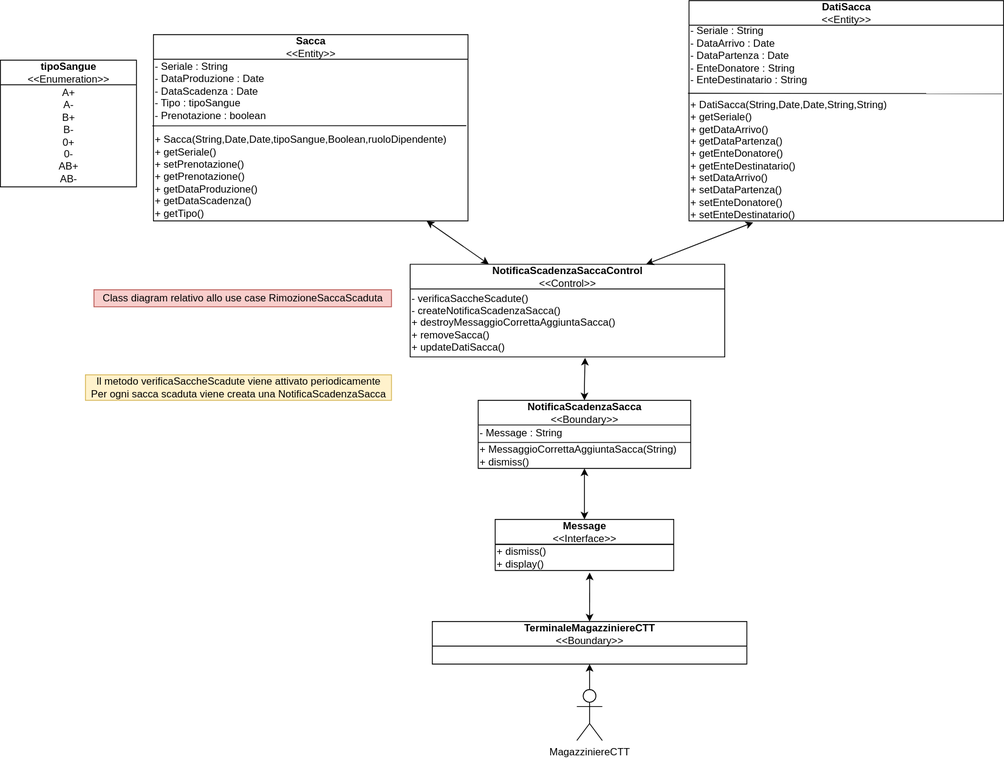
Above: System Definition/Editabili/Class diagrams/.svg/EliminazioneSaccaScaduta.svg in MarcoRuta/Sistema-gestione-CCS-CTT-UnaRegione (draw.io), before the change. Source tidied: cells renumbered, new cells last; positions are measured from the earlier drawing's top-left corner, leaving out a move shared by most shapes.
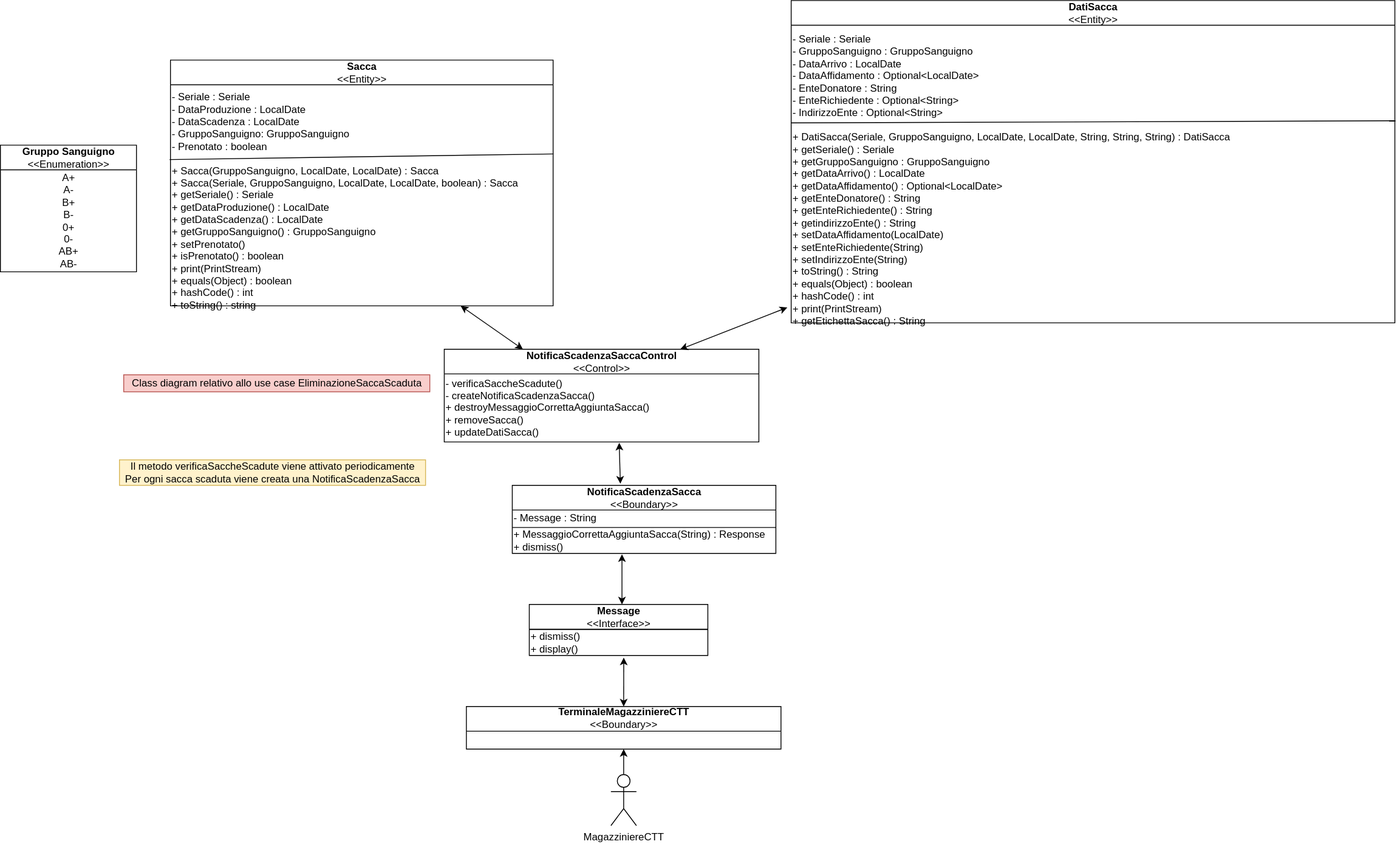
Above is the later version.

Change to the diagram source:
```diff
@@ -2,26 +2,16 @@
   <root>
     <mxCell id="0" />
     <mxCell id="1" parent="0" />
-    <mxCell id="2" value="Sacca&lt;br&gt;&lt;span style=&quot;font-weight: 400&quot;&gt;&amp;lt;&amp;lt;Entity&amp;gt;&amp;gt;&lt;/span&gt;" style="swimlane;fontStyle=1;align=center;verticalAlign=middle;horizontal=1;startSize=29;html=1;" parent="1" vertex="1">
-      <mxGeometry x="180" y="40" width="370" height="219" as="geometry" />
-    </mxCell>
-    <mxCell id="3" value="- Seriale : String&lt;br&gt;- DataProduzione : Date&lt;br&gt;- DataScadenza : Date&lt;br&gt;- Tipo : tipoSangue&lt;br&gt;- Prenotazione : boolean&lt;br&gt;&lt;br&gt;+ Sacca(String,Date,Date,tipoSangue,Boolean,ruoloDipendente)&lt;br&gt;+ getSeriale()&lt;br&gt;+ setPrenotazione()&lt;br&gt;+ getPrenotazione()&lt;br&gt;+ getDataProduzione()&lt;br&gt;+ getDataScadenza()&lt;br&gt;+ getTipo()" style="text;html=1;align=left;verticalAlign=middle;points=[];" parent="2" vertex="1">
-      <mxGeometry y="29" width="370" height="190" as="geometry" />
-    </mxCell>
-    <mxCell id="4" style="endArrow=none;html=1;exitX=-0.001;exitY=0.37;exitDx=0;exitDy=0;exitPerimeter=0;" parent="2" edge="1">
-      <mxGeometry relative="1" as="geometry">
-        <mxPoint x="-1.4" y="107.3" as="sourcePoint" />
-        <mxPoint x="368" y="107" as="targetPoint" />
-      </mxGeometry>
-    </mxCell>
-    <mxCell id="5" value="tipoSangue&lt;br&gt;&lt;span style=&quot;font-weight: 400&quot;&gt;&amp;lt;&amp;lt;Enumeration&amp;gt;&amp;gt;&lt;/span&gt;" style="swimlane;fontStyle=1;align=center;verticalAlign=middle;horizontal=1;startSize=29;html=1;" parent="1" vertex="1">
-      <mxGeometry y="70" width="160" height="149" as="geometry" />
+    <mxCell id="5" value="Gruppo Sanguigno&lt;br&gt;&lt;span style=&quot;font-weight: 400&quot;&gt;&amp;lt;&amp;lt;Enumeration&amp;gt;&amp;gt;&lt;/span&gt;" style="swimlane;fontStyle=1;align=center;verticalAlign=middle;horizontal=1;startSize=29;html=1;" parent="1" vertex="1">
+      <mxGeometry x="-40" y="70" width="160" height="149" as="geometry" />
     </mxCell>
     <mxCell id="6" value="&lt;div&gt;A+&lt;/div&gt;&lt;div&gt;A-&lt;/div&gt;&lt;div&gt;B+&lt;/div&gt;&lt;div&gt;B-&lt;/div&gt;&lt;div&gt;0+&lt;/div&gt;&lt;div&gt;0-&lt;/div&gt;&lt;div&gt;AB+&lt;/div&gt;&lt;div&gt;AB-&lt;/div&gt;" style="text;html=1;align=center;verticalAlign=middle;" parent="5" vertex="1">
       <mxGeometry y="29" width="160" height="120" as="geometry" />
     </mxCell>
-    <mxCell id="7" style="endArrow=classic;startArrow=classic;html=1;exitX=0.25;exitY=0;exitDx=0;exitDy=0;" parent="1" edge="1" source="11" target="3">
-      <mxGeometry relative="1" as="geometry" />
+    <mxCell id="7" style="endArrow=classic;startArrow=classic;html=1;exitX=0.25;exitY=0;exitDx=0;exitDy=0;" parent="1" edge="1" source="11">
+      <mxGeometry relative="1" as="geometry">
+        <mxPoint x="501.3" y="259" as="targetPoint" />
+      </mxGeometry>
     </mxCell>
     <mxCell id="8" value="TerminaleMagazziniereCTT&lt;br&gt;&lt;span style=&quot;font-weight: 400&quot;&gt;&amp;lt;&amp;lt;Boundary&amp;gt;&amp;gt;&lt;/span&gt;" style="swimlane;fontStyle=1;align=center;verticalAlign=middle;horizontal=1;startSize=29;html=1;" parent="1" vertex="1">
       <mxGeometry x="508" y="730" width="370" height="50" as="geometry" />
@@ -51,47 +41,58 @@
       <mxGeometry relative="1" as="geometry" />
     </mxCell>
     <mxCell id="17" value="NotificaScadenzaSacca&lt;br&gt;&lt;span style=&quot;font-weight: 400&quot;&gt;&amp;lt;&amp;lt;Boundary&amp;gt;&amp;gt;&lt;/span&gt;" style="swimlane;fontStyle=1;align=center;verticalAlign=middle;horizontal=1;startSize=29;html=1;" parent="1" vertex="1">
-      <mxGeometry x="562" y="470" width="250" height="80" as="geometry" />
+      <mxGeometry x="562" y="470" width="310" height="80" as="geometry" />
     </mxCell>
     <mxCell id="18" value="- Message : String" style="text;html=1;align=left;verticalAlign=middle;" parent="17" vertex="1">
-      <mxGeometry y="29" width="250" height="20" as="geometry" />
+      <mxGeometry y="29" width="310" height="20" as="geometry" />
     </mxCell>
     <mxCell id="19" style="line;strokeWidth=1;fillColor=none;align=left;verticalAlign=middle;spacingTop=-1;spacingLeft=3;spacingRight=3;labelPosition=right;" parent="17" vertex="1">
-      <mxGeometry y="49" width="250" height="1" as="geometry" />
+      <mxGeometry y="49" width="310" height="1" as="geometry" />
     </mxCell>
-    <mxCell id="20" value="+ MessaggioCorrettaAggiuntaSacca(String)&lt;br&gt;+ dismiss()" style="text;html=1;align=left;verticalAlign=middle;points=[];" parent="17" vertex="1">
-      <mxGeometry y="50" width="250" height="30" as="geometry" />
+    <mxCell id="20" value="+ MessaggioCorrettaAggiuntaSacca(String) : Response&lt;br&gt;+ dismiss()" style="text;html=1;align=left;verticalAlign=middle;points=[];" parent="17" vertex="1">
+      <mxGeometry y="50" width="310" height="30" as="geometry" />
     </mxCell>
-    <mxCell id="21" style="endArrow=classic;startArrow=classic;html=1;exitX=0.5;exitY=0;exitDx=0;exitDy=0;entryX=0.556;entryY=1.011;entryDx=0;entryDy=0;entryPerimeter=0;" parent="1" edge="1" source="17" target="12">
-      <mxGeometry relative="1" as="geometry">
-        <Array as="points">
-          <mxPoint x="687" y="450" />
-        </Array>
-      </mxGeometry>
+    <mxCell id="21" style="endArrow=classic;startArrow=classic;html=1;exitX=0.41;exitY=-0.025;exitDx=0;exitDy=0;entryX=0.556;entryY=1.011;entryDx=0;entryDy=0;entryPerimeter=0;exitPerimeter=0;" parent="1" edge="1" source="17" target="12">
+      <mxGeometry relative="1" as="geometry" />
     </mxCell>
-    <mxCell id="22" style="endArrow=classic;startArrow=classic;html=1;exitX=0.5;exitY=0;exitDx=0;exitDy=0;" parent="1" edge="1" source="13" target="20">
-      <mxGeometry relative="1" as="geometry" />
+    <mxCell id="22" style="endArrow=classic;startArrow=classic;html=1;" parent="1" edge="1">
+      <mxGeometry relative="1" as="geometry">
+        <mxPoint x="691" y="610" as="sourcePoint" />
+        <mxPoint x="691" y="551" as="targetPoint" />
+      </mxGeometry>
     </mxCell>
-    <mxCell id="23" value="Class diagram relativo allo use case RimozioneSaccaScaduta" style="text;html=1;align=center;verticalAlign=middle;fillColor=#f8cecc;strokeColor=#b85450;" parent="1" vertex="1">
-      <mxGeometry x="110" y="340" width="350" height="20" as="geometry" />
+    <mxCell id="23" value="Class diagram relativo allo use case EliminazioneSaccaScaduta" style="text;html=1;align=center;verticalAlign=middle;fillColor=#f8cecc;strokeColor=#b85450;" parent="1" vertex="1">
+      <mxGeometry x="105" y="340" width="360" height="20" as="geometry" />
     </mxCell>
     <mxCell id="24" value="Il metodo verificaSaccheScadute viene attivato periodicamente&lt;br&gt;Per ogni sacca scaduta viene creata una NotificaScadenzaSacca" style="text;html=1;align=center;verticalAlign=middle;fillColor=#fff2cc;strokeColor=#d6b656;" parent="1" vertex="1">
       <mxGeometry x="100" y="440" width="360" height="30" as="geometry" />
     </mxCell>
+    <mxCell id="28" style="endArrow=classic;startArrow=classic;html=1;exitX=0.75;exitY=0;exitDx=0;exitDy=0;entryX=0.204;entryY=1.008;entryDx=0;entryDy=0;entryPerimeter=0;" parent="1" edge="1" source="11">
+      <mxGeometry relative="1" as="geometry">
+        <mxPoint x="885.5" y="260.8" as="targetPoint" />
+      </mxGeometry>
+    </mxCell>
+    <mxCell id="2" value="Sacca&lt;br&gt;&lt;span style=&quot;font-weight: 400&quot;&gt;&amp;lt;&amp;lt;Entity&amp;gt;&amp;gt;&lt;/span&gt;" style="swimlane;fontStyle=1;align=center;verticalAlign=middle;horizontal=1;startSize=29;html=1;" parent="1" vertex="1">
+      <mxGeometry x="160" y="-30" width="450" height="289" as="geometry" />
+    </mxCell>
+    <mxCell id="29" value="&lt;br&gt;- Seriale : Seriale&lt;br&gt;- DataProduzione :&amp;nbsp;LocalDate&amp;nbsp;&lt;br&gt;- DataScadenza :&amp;nbsp;LocalDate&amp;nbsp;&lt;br&gt;- GruppoSanguigno: GruppoSanguigno&lt;br&gt;- Prenotato : boolean&lt;br&gt;&lt;br&gt;+ Sacca(GruppoSanguigno, LocalDate, LocalDate) : Sacca&lt;br&gt;+ Sacca(Seriale, GruppoSanguigno, LocalDate, LocalDate, boolean) : Sacca&lt;br&gt;+ getSeriale() : Seriale&lt;br&gt;+ getDataProduzione() :&amp;nbsp;LocalDate&amp;nbsp;&lt;br&gt;+ getDataScadenza() :&amp;nbsp;LocalDate&amp;nbsp;&lt;br&gt;+ getGruppoSanguigno() : GruppoSanguigno&lt;br&gt;+ setPrenotato()&lt;br&gt;+ isPrenotato() : boolean&lt;br&gt;+ print(PrintStream)&lt;br&gt;+ equals(Object) : boolean&lt;br&gt;+ hashCode() : int&lt;br&gt;+ toString() : string&lt;br&gt;" style="text;html=1;align=left;verticalAlign=middle;points=[];" parent="2" vertex="1">
+      <mxGeometry y="29" width="450" height="260" as="geometry" />
+    </mxCell>
+    <mxCell id="30" style="endArrow=none;html=1;entryX=1.001;entryY=0.313;entryDx=0;entryDy=0;entryPerimeter=0;" parent="2" edge="1" target="29">
+      <mxGeometry relative="1" as="geometry">
+        <mxPoint x="-1" y="117" as="sourcePoint" />
+      </mxGeometry>
+    </mxCell>
     <mxCell id="25" value="DatiSacca&lt;br&gt;&lt;span style=&quot;font-weight: 400&quot;&gt;&amp;lt;&amp;lt;Entity&amp;gt;&amp;gt;&lt;/span&gt;" style="swimlane;fontStyle=1;align=center;verticalAlign=middle;horizontal=1;startSize=29;html=1;" parent="1" vertex="1">
-      <mxGeometry x="810" width="370" height="259" as="geometry" />
+      <mxGeometry x="890" y="-100" width="710" height="379" as="geometry" />
     </mxCell>
-    <mxCell id="26" value="- Seriale : String&lt;br&gt;- DataArrivo : Date&lt;br&gt;- DataPartenza : Date&lt;br&gt;- EnteDonatore : String&lt;br&gt;- EnteDestinatario : String&lt;br&gt;&lt;br&gt;+ DatiSacca(String,Date,Date,String,String)&lt;br&gt;+ getSeriale()&lt;br&gt;+ getDataArrivo()&lt;br&gt;+ getDataPartenza()&lt;br&gt;+ getEnteDonatore()&lt;br&gt;+ getEnteDestinatario()&lt;br&gt;+ setDataArrivo()&lt;br&gt;+ setDataPartenza()&lt;br&gt;+ setEnteDonatore()&lt;br&gt;+ setEnteDestinatario()" style="text;html=1;align=left;verticalAlign=middle;points=[];" parent="25" vertex="1">
-      <mxGeometry y="29" width="370" height="230" as="geometry" />
-    </mxCell>
-    <mxCell id="27" style="endArrow=none;html=1;entryX=0.998;entryY=0.37;entryDx=0;entryDy=0;entryPerimeter=0;" parent="25" edge="1">
-      <mxGeometry relative="1" as="geometry">
-        <mxPoint x="-1.2" y="109" as="sourcePoint" />
-        <mxPoint x="368.3" y="109.3" as="targetPoint" />
-      </mxGeometry>
-    </mxCell>
-    <mxCell id="28" style="endArrow=classic;startArrow=classic;html=1;exitX=0.75;exitY=0;exitDx=0;exitDy=0;entryX=0.204;entryY=1.008;entryDx=0;entryDy=0;entryPerimeter=0;" parent="1" edge="1" source="11" target="26">
-      <mxGeometry relative="1" as="geometry" />
-    </mxCell>
+    <mxCell id="31" value="&lt;br&gt;-&amp;nbsp;Seriale : Seriale&lt;br&gt;- GruppoSanguigno : GruppoSanguigno&lt;br&gt;- DataArrivo : LocalDate&lt;br&gt;- DataAffidamento : Optional&amp;lt;LocalDate&amp;gt;&lt;br&gt;- EnteDonatore : String&lt;br&gt;- EnteRichiedente : Optional&amp;lt;String&amp;gt;&lt;br&gt;- IndirizzoEnte : Optional&amp;lt;String&amp;gt;&lt;br&gt;&lt;br&gt;+ DatiSacca(Seriale, GruppoSanguigno, LocalDate, LocalDate, String, String, String) : DatiSacca&lt;br&gt;+ getSeriale() : Seriale&lt;br&gt;+ getGruppoSanguigno : GruppoSanguigno&lt;br&gt;+ getDataArrivo() : LocalDate&lt;br&gt;+ getDataAffidamento() : Optional&amp;lt;LocalDate&amp;gt;&lt;br&gt;+ getEnteDonatore() : String&lt;br&gt;+ getEnteRichiedente() : String&lt;br&gt;+ getindirizzoEnte() : String&lt;br&gt;+ setDataAffidamento(LocalDate)&amp;nbsp;&lt;br&gt;+ setEnteRichiedente(String)&lt;br&gt;+ setIndirizzoEnte(String)&lt;br&gt;+ toString() : String&lt;br&gt;+ equals(Object) : boolean&lt;br&gt;+ hashCode() : int&lt;br&gt;+ print(PrintStream)&lt;br&gt;+ getEtichettaSacca() : String&lt;br&gt;" style="text;html=1;align=left;verticalAlign=middle;points=[];" parent="25" vertex="1">
+      <mxGeometry y="29" width="710" height="350" as="geometry" />
+    </mxCell>
+    <mxCell id="32" style="endArrow=none;html=1;entryX=1.001;entryY=0.321;entryDx=0;entryDy=0;entryPerimeter=0;" parent="25" edge="1" target="31">
+      <mxGeometry relative="1" as="geometry">
+        <mxPoint y="143.9" as="sourcePoint" />
+      </mxGeometry>
+    </mxCell>
   </root>
 </mxGraphModel>
```
